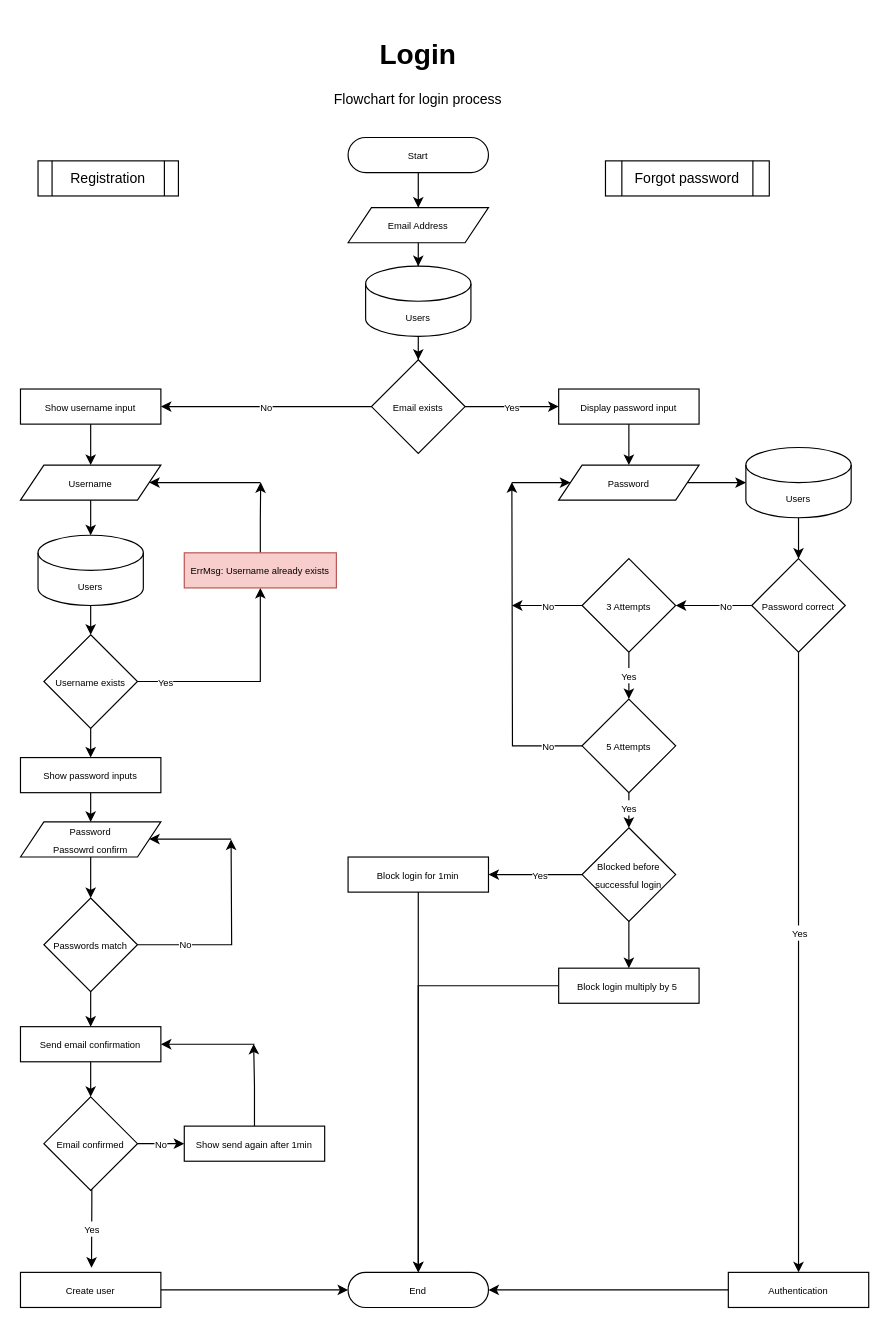
madeofeffort/flowcharts keeps this draw.io diagram as page "Login" (2 of 5) of login.drawio. Above is the earlier version. Source tidied: cells renumbered, new cells numbered last; positions are measured from the earlier drawing's top-left corner, leaving out a move shared by most shapes. Both pictures are drawn from the tidied source at 117%, with x=0, y=0 at pixel (20, 32).
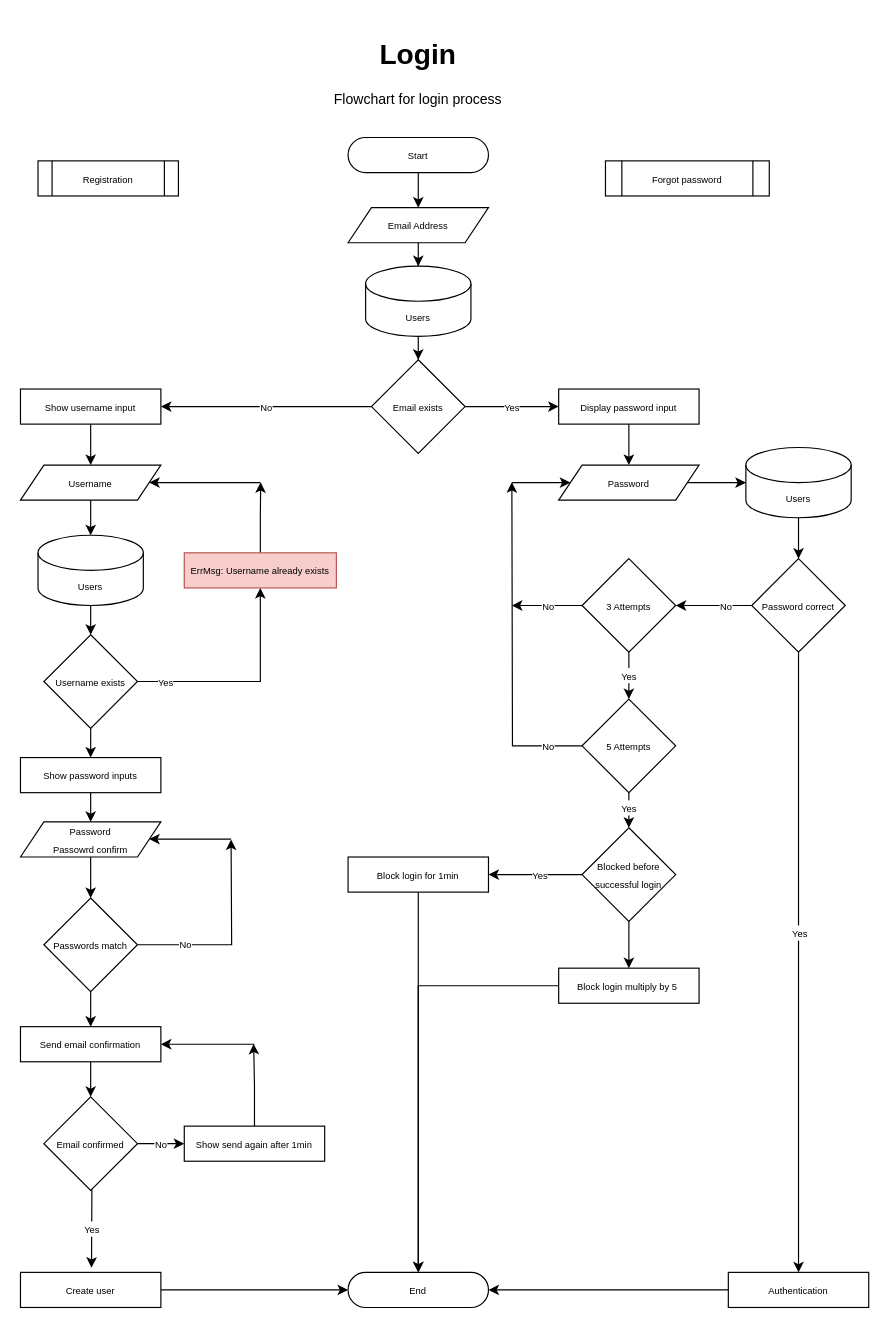
Above is the later version.

Diff of the diagram source:
```diff
@@
-    <mxCell id="75" value="Registration" style="shape=process;whiteSpace=wrap;html=1;backgroundOutline=1;" parent="1" vertex="1">
+    <mxCell id="75" value="&lt;font style=&quot;font-size: 8px;&quot;&gt;Registration&lt;/font&gt;" style="shape=process;whiteSpace=wrap;html=1;backgroundOutline=1;" parent="1" vertex="1">
       <mxGeometry x="15" y="110" width="120" height="30" as="geometry" />
     </mxCell>
-    <mxCell id="76" value="Forgot password" style="shape=process;whiteSpace=wrap;html=1;backgroundOutline=1;" parent="1" vertex="1">
+    <mxCell id="76" value="&lt;font style=&quot;font-size: 8px;&quot;&gt;Forgot password&lt;/font&gt;" style="shape=process;whiteSpace=wrap;html=1;backgroundOutline=1;" parent="1" vertex="1">
       <mxGeometry x="500" y="110" width="140" height="30" as="geometry" />
     </mxCell>
```
